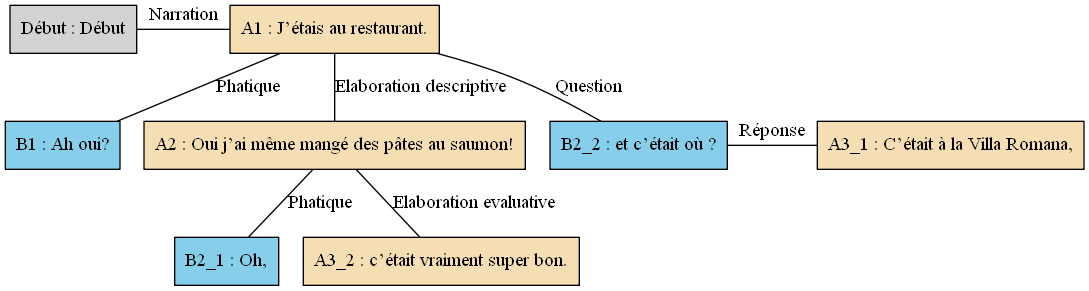
Earlier version of the Graphviz export arbres/Bac_a_sable/Bac_a_sable_-_C04.gv.png (AlaixComet/AnnotationSlamPTut). Its source is kept beside it as arbres/Bac_a_sable/Bac_a_sable_-_C04.gv.
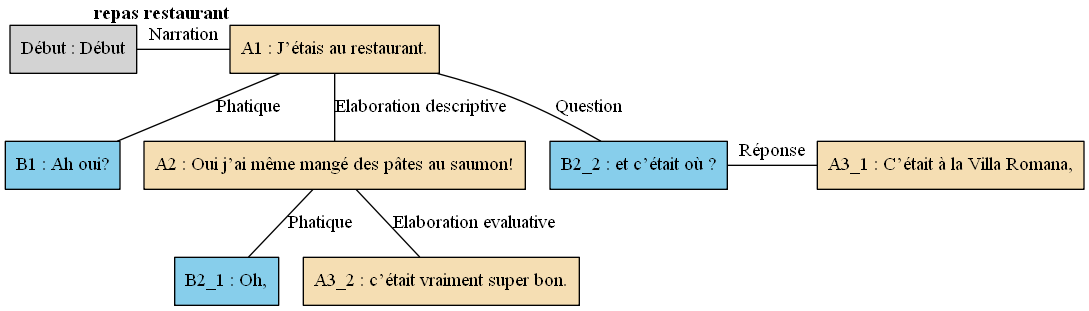
Later version of the same file.

Diff of the diagram source:
```diff
@@ -1,13 +1,13 @@
 digraph C04 {
 	node [shape=box style=filled]
-	"Début" [label="Début : Début"]
-	A1 [label="A1 : J’étais au restaurant." fillcolor=wheat]
-	B1 [label="B1 : Ah oui?" fillcolor=skyblue]
-	A2 [label="A2 : Oui j’ai même mangé des pâtes au saumon!" fillcolor=wheat]
-	B2_1 [label="B2_1 : Oh," fillcolor=skyblue]
-	B2_2 [label="B2_2 : et c’était où ?" fillcolor=skyblue]
-	A3_1 [label="A3_1 : C’était à la Villa Romana," fillcolor=wheat]
-	A3_2 [label="A3_2 : c’était vraiment super bon." fillcolor=wheat]
+	"Début" [label="Début : Début" xlabel=""]
+	A1 [label="A1 : J’étais au restaurant." fillcolor=wheat xlabel=<<B>repas restaurant</B>>]
+	B1 [label="B1 : Ah oui?" fillcolor=skyblue xlabel=""]
+	A2 [label="A2 : Oui j’ai même mangé des pâtes au saumon!" fillcolor=wheat xlabel=""]
+	B2_1 [label="B2_1 : Oh," fillcolor=skyblue xlabel=""]
+	B2_2 [label="B2_2 : et c’était où ?" fillcolor=skyblue xlabel=""]
+	A3_1 [label="A3_1 : C’était à la Villa Romana," fillcolor=wheat xlabel=""]
+	A3_2 [label="A3_2 : c’était vraiment super bon." fillcolor=wheat xlabel=""]
 	{
 		rank=same
 		"Début"
```
